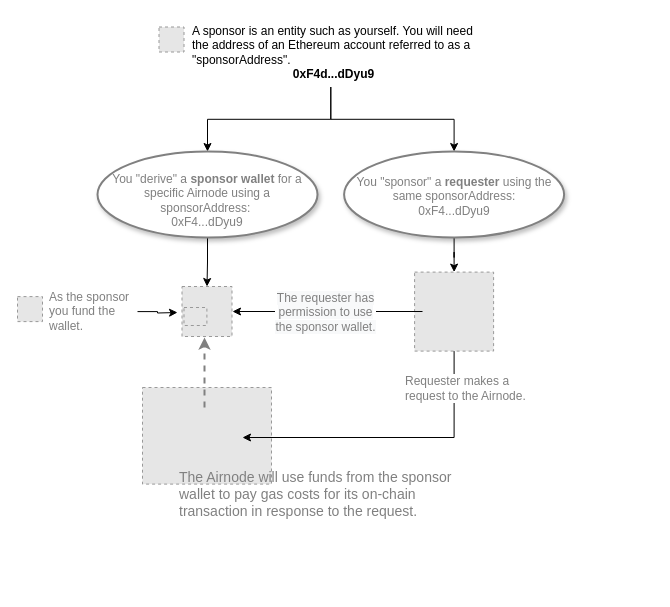
api3dao/old-api3-docs keeps this draw.io diagram as docs/next/assets/diagrams/sponsor-overview.drawio. Above is the earlier version. Source tidied: cells renumbered, new cells numbered last; positions are measured from the earlier drawing's top-left corner, leaving out a move shared by most shapes. Both pictures are drawn from the tidied source at 100%, with x=0, y=0 at pixel (17, 17). Pictures stored in the file or linked from it are replaced by grey dashed boxes.
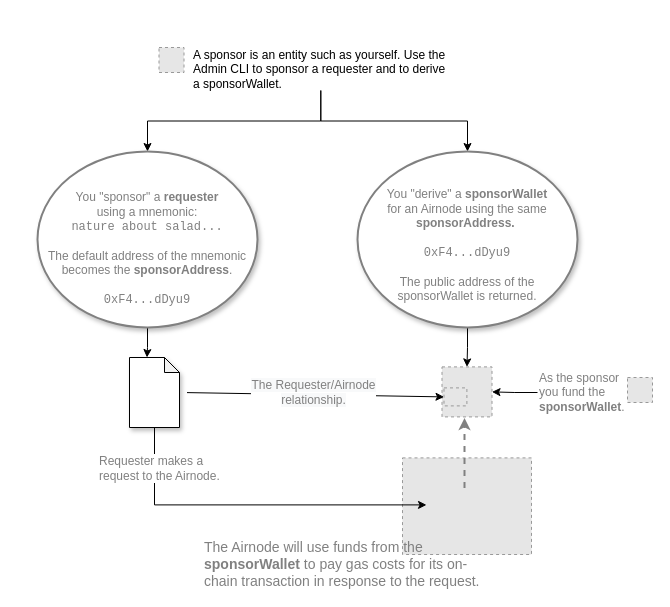
Above is the later version.

Commit message (it also covers changes not shown here):
Diagram work and text about them

Change to the diagram source:
```diff
@@
-    <mxCell id="2" style="edgeStyle=orthogonalEdgeStyle;rounded=0;jettySize=auto;html=1;entryX=0.5;entryY=0;entryDx=0;entryDy=0;entryPerimeter=0;" parent="1" edge="1" source="4" target="6">
+    <mxCell id="2" style="edgeStyle=orthogonalEdgeStyle;rounded=0;jettySize=auto;html=1;entryX=0.5;entryY=0;entryDx=0;entryDy=0;entryPerimeter=0;strokeColor=#000000;" parent="1" edge="1" source="4" target="6">
       <mxGeometry relative="1" as="geometry" />
     </mxCell>
-    <mxCell id="3" style="edgeStyle=orthogonalEdgeStyle;rounded=0;jettySize=auto;html=1;entryX=0.5;entryY=0;entryDx=0;entryDy=0;entryPerimeter=0;" parent="1" edge="1" source="4" target="11">
+    <mxCell id="3" style="edgeStyle=orthogonalEdgeStyle;rounded=0;jettySize=auto;html=1;strokeColor=#000000;" parent="1" edge="1" source="4" target="11">
       <mxGeometry relative="1" as="geometry" />
     </mxCell>
-    <mxCell id="4" value="&lt;font style=&quot;font-size: 12px&quot;&gt;A sponsor is an entity such as yourself. You will need the address of an Ethereum account referred to as a &quot;sponsorAddress&quot;.&lt;br&gt;&lt;div style=&quot;text-align: center&quot;&gt;&lt;b&gt;0xF4d...dDyu9&lt;/b&gt;&lt;/div&gt;&lt;/font&gt;" style="text;html=1;strokeColor=none;fillColor=none;align=left;verticalAlign=middle;whiteSpace=wrap;rounded=0;spacingLeft=7;spacingRight=3;labelBorderColor=none;" parent="1" vertex="1">
-      <mxGeometry x="166" y="-0.5" width="294.5" height="70" as="geometry" />
+    <mxCell id="4" value="&lt;font style=&quot;font-size: 12px&quot;&gt;A sponsor is an entity such as yourself. Use the Admin CLI to sponsor a requester and to derive a sponsorWallet.&lt;br&gt;&lt;/font&gt;" style="text;html=1;strokeColor=none;fillColor=none;align=left;verticalAlign=middle;whiteSpace=wrap;rounded=0;spacingLeft=7;spacingRight=3;labelBorderColor=none;" parent="1" vertex="1">
+      <mxGeometry x="166.5" y="30" width="273.5" height="43" as="geometry" />
     </mxCell>
@@
-    <mxCell id="6" value="&lt;font color=&quot;#808080&quot;&gt;You &quot;derive&quot; a &lt;b&gt;sponsor wallet&lt;/b&gt;&amp;nbsp;for a specific Airnode using a sponsorAddress:&amp;nbsp;&lt;br&gt;0xF4...dDyu9&lt;br&gt;&lt;/font&gt;" style="strokeWidth=2;html=1;shape=mxgraph.flowchart.start_1;whiteSpace=wrap;shadow=1;strokeColor=#808080;spacingLeft=10;spacingRight=10;spacingTop=12;" parent="1" vertex="1">
-      <mxGeometry x="80" y="134" width="220" height="86" as="geometry" />
+    <mxCell id="6" value="&lt;font color=&quot;#808080&quot;&gt;You &quot;derive&quot; a &lt;b&gt;sponsorWallet&lt;br&gt;&lt;/b&gt;for an Airnode using the same &lt;b&gt;sponsorAddress.&lt;/b&gt;&amp;nbsp;&lt;br&gt;&lt;br&gt;&lt;font face=&quot;Courier New&quot;&gt;0xF4...dDyu9&lt;br&gt;&lt;/font&gt;&lt;br&gt;The public address of the sponsorWallet is returned.&lt;br&gt;&lt;/font&gt;" style="strokeWidth=2;html=1;shape=mxgraph.flowchart.start_1;whiteSpace=wrap;shadow=1;strokeColor=#808080;spacingLeft=10;spacingRight=10;spacingTop=12;" parent="1" vertex="1">
+      <mxGeometry x="340" y="134" width="220" height="176" as="geometry" />
     </mxCell>
     <mxCell id="7" style="fillColor=#E6E6E6;strokeColor=#999999;dashed=1;verticalLabelPosition=bottom;verticalAlign=top;" parent="1" vertex="1">
-      <mxGeometry x="141.5" y="9.5" width="25" height="25" as="geometry" />
+      <mxGeometry x="141.5" y="30" width="25" height="25" as="geometry" />
     </mxCell>
     <mxCell id="8" style="fillColor=#E6E6E6;strokeColor=#999999;dashed=1;verticalLabelPosition=bottom;verticalAlign=top;" parent="1" vertex="1">
-      <mxGeometry x="164.5" y="269" width="50" height="50" as="geometry" />
+      <mxGeometry x="424.5" y="349.4" width="50" height="50" as="geometry" />
     </mxCell>
     <mxCell id="9" style="fillColor=#E6E6E6;strokeColor=#999999;dashed=1;verticalLabelPosition=bottom;verticalAlign=top;" parent="1" vertex="1">
-      <mxGeometry x="166.5" y="290" width="22.9" height="18" as="geometry" />
+      <mxGeometry x="426.5" y="370.4" width="22.9" height="18" as="geometry" />
     </mxCell>
-    <mxCell id="10" style="edgeStyle=orthogonalEdgeStyle;rounded=0;jettySize=auto;html=1;entryX=0.5;entryY=0;entryDx=0;entryDy=0;" parent="1" edge="1" source="11" target="12">
-      <mxGeometry relative="1" as="geometry" />
-    </mxCell>
+    <mxCell id="23" style="edgeStyle=orthogonalEdgeStyle;rounded=0;jettySize=auto;html=1;entryX=0;entryY=0;entryDx=17.5;entryDy=0;entryPerimeter=0;strokeColor=#000000;" parent="1" edge="1" source="11" target="24">
+      <mxGeometry relative="1" as="geometry" />
+    </mxCell>
-    <mxCell id="11" value="&lt;font color=&quot;#808080&quot;&gt;You &quot;sponsor&quot; a &lt;b&gt;requester &lt;/b&gt;using the same sponsorAddress:&lt;br&gt;0xF4...dDyu9&lt;br&gt;&lt;/font&gt;" style="strokeWidth=2;html=1;shape=mxgraph.flowchart.start_1;whiteSpace=wrap;shadow=1;strokeColor=#808080;spacingLeft=7;spacingRight=7;spacingTop=4;" parent="1" vertex="1">
-      <mxGeometry x="326.6" y="134" width="220" height="86" as="geometry" />
+    <mxCell id="11" value="&lt;div&gt;&lt;br&gt;&lt;/div&gt;&lt;div&gt;&lt;span style=&quot;color: rgb(128 , 128 , 128)&quot;&gt;You &quot;sponsor&quot; a &lt;/span&gt;&lt;b style=&quot;color: rgb(128 , 128 , 128)&quot;&gt;requester&lt;/b&gt;&lt;/div&gt;&lt;div&gt;&lt;span style=&quot;color: rgb(128 , 128 , 128)&quot;&gt;using a mnemonic:&lt;/span&gt;&lt;/div&gt;&lt;font color=&quot;#808080&quot;&gt;&lt;div&gt;&lt;span style=&quot;font-family: &amp;#34;courier new&amp;#34;&quot;&gt;nature about salad...&lt;/span&gt;&lt;/div&gt;&lt;div&gt;&lt;br&gt;&lt;/div&gt;&lt;div&gt;The default address of the mnemonic becomes the &lt;b&gt;sponsorAddress&lt;/b&gt;.&lt;/div&gt;&lt;/font&gt;&lt;div&gt;&lt;font color=&quot;#808080&quot; face=&quot;courier new&quot;&gt;&lt;br&gt;&lt;/font&gt;&lt;/div&gt;&lt;div style=&quot;color: rgb(128 , 128 , 128) ; font-family: &amp;#34;courier new&amp;#34;&quot;&gt;&lt;span&gt;0xF4...dDyu9&lt;/span&gt;&lt;/div&gt;" style="strokeWidth=2;html=1;shape=mxgraph.flowchart.start_1;whiteSpace=wrap;shadow=1;strokeColor=#808080;spacingLeft=7;spacingRight=7;spacingTop=4;align=center;" parent="1" vertex="1">
+      <mxGeometry x="20" y="134" width="220" height="176" as="geometry" />
     </mxCell>
-    <mxCell id="12" style="fillColor=#E6E6E6;strokeColor=#999999;dashed=1;verticalLabelPosition=bottom;labelBackgroundColor=#ffffff;verticalAlign=top;" parent="1" vertex="1">
-      <mxGeometry x="397.1" y="254.6" width="79" height="79" as="geometry" />
-    </mxCell>
     <mxCell id="13" style="fillColor=#E6E6E6;strokeColor=#999999;dashed=1;verticalLabelPosition=bottom;labelBackgroundColor=#ffffff;verticalAlign=top;" parent="1" vertex="1">
-      <mxGeometry x="125" y="370" width="129" height="96.6" as="geometry" />
+      <mxGeometry x="385" y="440.4" width="129" height="96.6" as="geometry" />
     </mxCell>
-    <mxCell id="14" style="edgeStyle=orthogonalEdgeStyle;rounded=0;jettySize=auto;html=1;exitX=0.5;exitY=1;exitDx=0;exitDy=0;" parent="1" edge="1" source="12">
-      <mxGeometry relative="1" as="geometry">
-        <mxPoint x="225" y="420" as="targetPoint" />
-        <Array as="points">
-          <mxPoint x="437" y="420" />
-        </Array>
-      </mxGeometry>
-    </mxCell>
-    <mxCell id="15" value="&lt;font style=&quot;font-size: 12px&quot; color=&quot;#808080&quot;&gt;Requester makes a&amp;nbsp;&lt;br&gt;request to the Airnode.&amp;nbsp;&lt;/font&gt;" style="edgeLabel;html=1;align=left;verticalAlign=middle;spacingLeft=10;" parent="14" vertex="1">
-      <mxGeometry x="0.05" relative="1" as="geometry">
-        <mxPoint x="9" y="-50" as="offset" />
-      </mxGeometry>
-    </mxCell>
     <mxCell id="16" style="endArrow=classic;startArrow=none;html=1;dashed=1;strokeColor=#808080;strokeWidth=2;endFill=1;startFill=0;" parent="1" edge="1">
       <mxGeometry relative="1" as="geometry">
-        <mxPoint x="187" y="390" as="sourcePoint" />
-        <mxPoint x="187" y="320" as="targetPoint" />
+        <mxPoint x="447" y="470.4" as="sourcePoint" />
+        <mxPoint x="447" y="400.4" as="targetPoint" />
       </mxGeometry>
     </mxCell>
-    <mxCell id="17" value="The Airnode will use funds from the sponsor wallet to pay gas costs for its on-chain transaction in response to the request." style="text;html=1;strokeColor=none;fillColor=none;align=left;verticalAlign=middle;whiteSpace=wrap;rounded=0;shadow=1;fontSize=14;fontColor=#808080;" parent="1" vertex="1">
-      <mxGeometry x="160" y="466.6" width="290" height="20" as="geometry" />
+    <mxCell id="17" value="The Airnode will use funds from the &lt;b&gt;sponsorWallet&lt;/b&gt; to pay gas costs for its on-chain transaction in response to the request." style="text;html=1;strokeColor=none;fillColor=none;align=left;verticalAlign=middle;whiteSpace=wrap;rounded=0;shadow=1;fontSize=14;fontColor=#808080;" parent="1" vertex="1">
+      <mxGeometry x="184.5" y="537" width="290" height="20" as="geometry" />
     </mxCell>
-    <mxCell id="18" style="endArrow=classic;html=1;" parent="1" edge="1">
+    <mxCell id="18" style="endArrow=classic;html=1;entryX=0;entryY=0.5;entryDx=0;entryDy=0;" parent="1" edge="1" target="9">
       <mxGeometry relative="1" as="geometry">
-        <mxPoint x="405" y="294" as="sourcePoint" />
-        <mxPoint x="215" y="294" as="targetPoint" />
+        <mxPoint x="169.5" y="375.1" as="sourcePoint" />
       </mxGeometry>
     </mxCell>
-    <mxCell id="19" value="&lt;span style=&quot;color: rgb(128 , 128 , 128) ; font-size: 12px ; text-align: left ; background-color: rgb(248 , 249 , 250)&quot;&gt;The requester has &lt;br&gt;permission to use &lt;br&gt;the sponsor wallet.&lt;/span&gt;" style="edgeLabel;html=1;align=center;verticalAlign=middle;" parent="18" vertex="1">
-      <mxGeometry x="0.03" relative="1" as="geometry" />
+    <mxCell id="19" value="&lt;span style=&quot;color: rgb(128 , 128 , 128) ; font-size: 12px ; text-align: left ; background-color: rgb(248 , 249 , 250)&quot;&gt;The Requester/Airnode&lt;br&gt;relationship.&lt;/span&gt;" style="edgeLabel;html=1;align=center;verticalAlign=middle;" parent="18" vertex="1">
+      <mxGeometry x="0.03" relative="1" as="geometry">
+        <mxPoint x="-6" y="-3" as="offset" />
+      </mxGeometry>
     </mxCell>
-    <mxCell id="20" style="edgeStyle=orthogonalEdgeStyle;rounded=0;jettySize=auto;html=1;" parent="1" edge="1" source="21">
-      <mxGeometry relative="1" as="geometry">
-        <mxPoint x="160" y="295" as="targetPoint" />
-      </mxGeometry>
+    <mxCell id="20" style="edgeStyle=orthogonalEdgeStyle;rounded=0;jettySize=auto;html=1;entryX=1;entryY=0.5;entryDx=0;entryDy=0;" parent="1" edge="1" source="21" target="8">
+      <mxGeometry relative="1" as="geometry" />
     </mxCell>
-    <mxCell id="21" value="&lt;font color=&quot;#808080&quot;&gt;As the sponsor you fund the wallet.&lt;/font&gt;" style="text;html=1;strokeColor=none;fillColor=none;align=left;verticalAlign=middle;whiteSpace=wrap;rounded=0;" parent="1" vertex="1">
-      <mxGeometry x="30" y="284.1" width="90" height="20" as="geometry" />
+    <mxCell id="21" value="&lt;font color=&quot;#808080&quot;&gt;As the sponsor you fund the &lt;b&gt;sponsorWallet&lt;/b&gt;.&lt;/font&gt;" style="text;html=1;strokeColor=none;fillColor=none;align=left;verticalAlign=middle;whiteSpace=wrap;rounded=0;" parent="1" vertex="1">
+      <mxGeometry x="520" y="365" width="90" height="20" as="geometry" />
     </mxCell>
     <mxCell id="22" style="fillColor=#E6E6E6;strokeColor=#999999;dashed=1;verticalLabelPosition=bottom;verticalAlign=top;" parent="1" vertex="1">
-      <mxGeometry y="279.1" width="25" height="25" as="geometry" />
+      <mxGeometry x="610" y="360" width="25" height="25" as="geometry" />
     </mxCell>
+    <mxCell id="24" style="shape=note;whiteSpace=wrap;html=1;backgroundOutline=1;darkOpacity=0.05;shadow=1;size=15;" parent="1" vertex="1">
+      <mxGeometry x="112" y="340" width="50" height="70" as="geometry" />
+    </mxCell>
+    <mxCell id="14" style="edgeStyle=orthogonalEdgeStyle;rounded=0;jettySize=auto;html=1;exitX=0.5;exitY=1;exitDx=0;exitDy=0;exitPerimeter=0;" parent="1" edge="1" source="24">
+      <mxGeometry relative="1" as="geometry">
+        <mxPoint x="409" y="487.4" as="targetPoint" />
+        <Array as="points">
+          <mxPoint x="137" y="487.4" />
+        </Array>
+      </mxGeometry>
+    </mxCell>
+    <mxCell id="15" value="&lt;font style=&quot;font-size: 12px&quot; color=&quot;#808080&quot;&gt;Requester makes a&amp;nbsp;&lt;br&gt;request to the Airnode.&amp;nbsp;&lt;/font&gt;" style="edgeLabel;html=1;align=left;verticalAlign=middle;spacingLeft=10;" parent="14" vertex="1">
+      <mxGeometry x="0.05" relative="1" as="geometry">
+        <mxPoint x="-173" y="-37" as="offset" />
+      </mxGeometry>
+    </mxCell>
```
